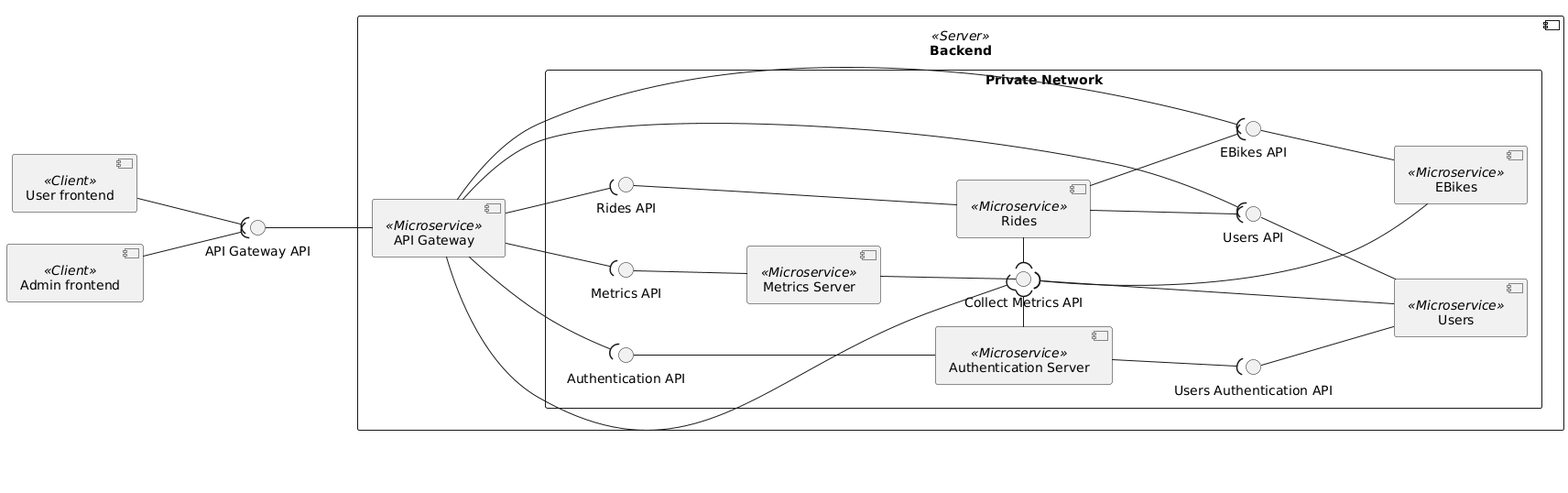
The PlantUML diagram doc/diagrams/components.png in Ventus218/SAP-assignment-02, before a commit.
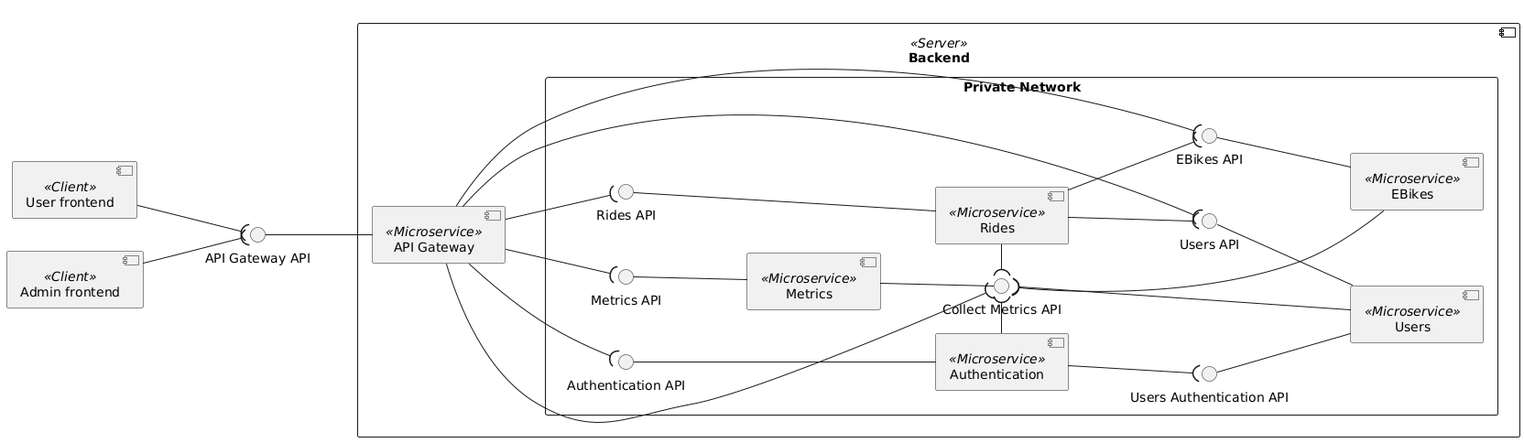
Later version of the same file.

Change to the diagram source:
```diff
@@ -9,7 +9,7 @@
     component "API Gateway" <<Microservice>> as APIGateway
 
     rectangle "Private Network" {
-        component "Metrics Server" <<Microservice>> as MetricsServer
+        component "Metrics" <<Microservice>> as Metrics
         interface "Metrics API" as MetricsAPI
         interface "Collect Metrics API" as CollectMetricsAPI
 
@@ -22,15 +22,15 @@
         component "Rides" <<Microservice>> as Rides
         interface "Rides API" as RidesAPI
 
-        component "Authentication Server" <<Microservice>> as AuthServer
+        component "Authentication" <<Microservice>> as AuthService
         interface "Authentication API" as AuthAPI
         interface "Users Authentication API" as UserAuthAPI
 
         APIGateway --( MetricsAPI
         APIGateway --( CollectMetricsAPI
-        MetricsServer -u-() MetricsAPI
+        Metrics -u-() MetricsAPI
 
-        MetricsServer --() CollectMetricsAPI
+        Metrics --() CollectMetricsAPI
 
         APIGateway --( EBikesAPI
         EBikes -u-() EBikesAPI
@@ -48,9 +48,9 @@
         Rides -l-( CollectMetricsAPI
 
         APIGateway --( AuthAPI
-        AuthServer --u-() AuthAPI
-        AuthServer --( UserAuthAPI
-        AuthServer -r-( CollectMetricsAPI
+        AuthService --u-() AuthAPI
+        AuthService --( UserAuthAPI
+        AuthService -r-( CollectMetricsAPI
     }
 }
 
```
